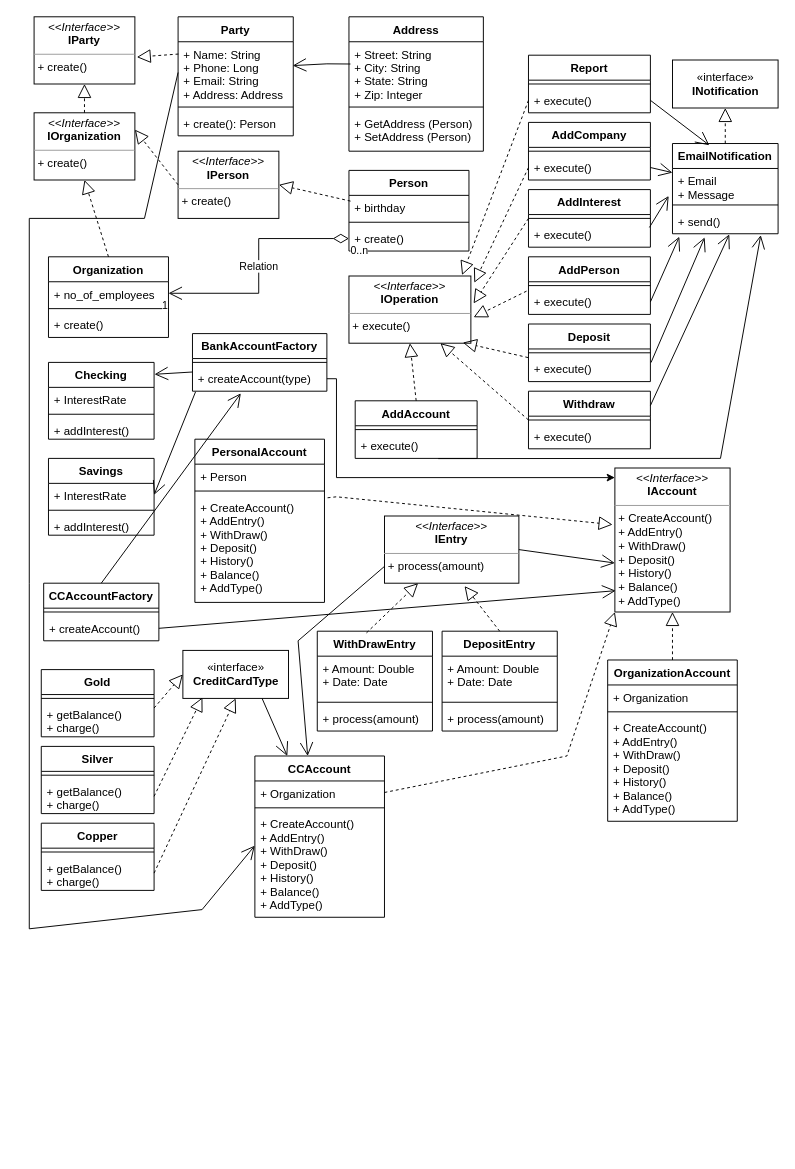
The draw.io diagram Documents/frameworkBank.drawio in phonglu-miu-edu/CS525-ASD, before the edit. Source tidied: cells renumbered, new cells numbered last; positions are measured from the earlier drawing's top-left corner, leaving out a move shared by most shapes. Both pictures are drawn from the tidied source at 96%, with x=0, y=0 at pixel (29, 16).
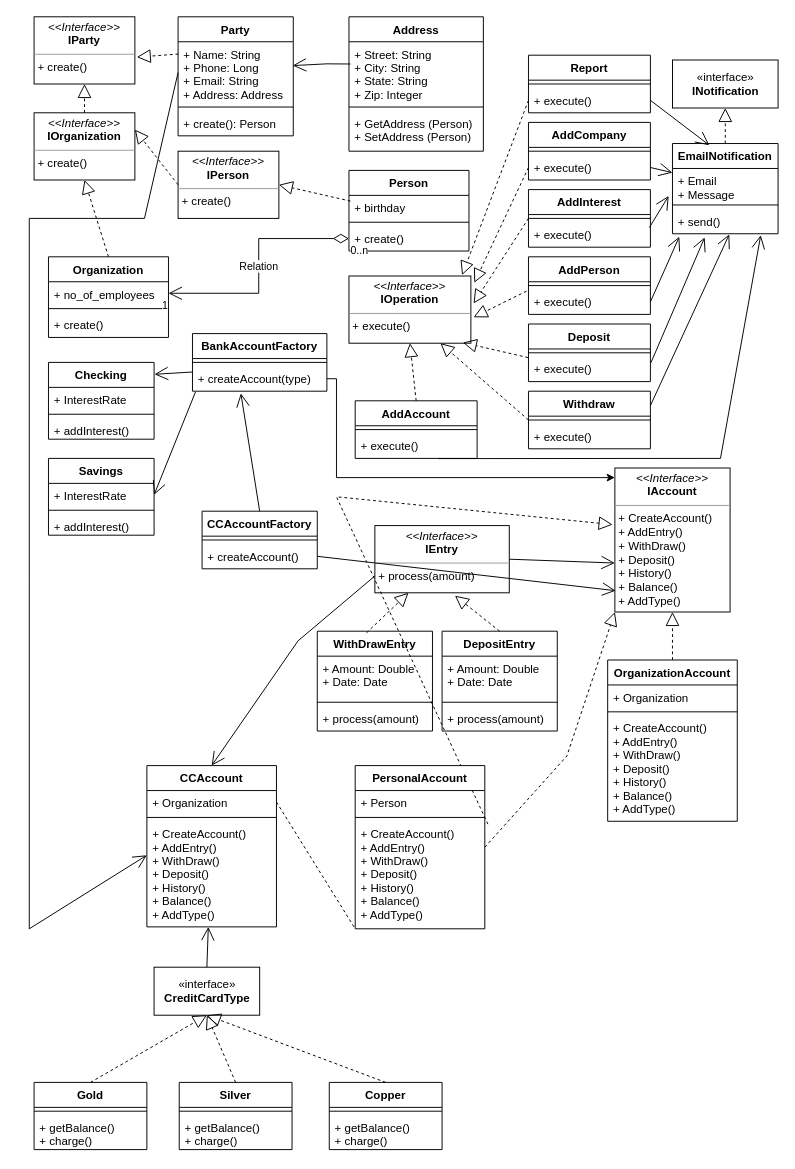
The same diagram, later.

Unchanged cells that the change refers to:
```xml
<mxCell id="3" value="+ Name: String&#10;+ Phone: Long&#10;+ Email: String&#10;+ Address: Address" style="text;strokeColor=none;fillColor=none;align=left;verticalAlign=top;spacingLeft=4;spacingRight=4;overflow=hidden;points=[[0,0.5],[1,0.5]];portConstraint=eastwest;" parent="2" vertex="1">
  <mxGeometry y="26" width="120" height="64" as="geometry" />
</mxCell>
<mxCell id="24" value="&lt;p style=&quot;margin:0px;margin-top:4px;text-align:center;&quot;&gt;&lt;i&gt;&amp;lt;&amp;lt;Interface&amp;gt;&amp;gt;&lt;/i&gt;&lt;br&gt;&lt;b&gt;IAccount&lt;/b&gt;&lt;/p&gt;&lt;hr size=&quot;1&quot;&gt;&lt;p style=&quot;margin:0px;margin-left:4px;&quot;&gt;+ CreateAccount()&lt;/p&gt;&lt;p style=&quot;margin:0px;margin-left:4px;&quot;&gt;+ AddEntry()&lt;/p&gt;&lt;p style=&quot;margin:0px;margin-left:4px;&quot;&gt;+ WithDraw()&lt;/p&gt;&lt;p style=&quot;margin:0px;margin-left:4px;&quot;&gt;+ Deposit()&lt;/p&gt;&lt;p style=&quot;margin:0px;margin-left:4px;&quot;&gt;+ History()&lt;/p&gt;&lt;p style=&quot;margin:0px;margin-left:4px;&quot;&gt;+ Balance()&lt;/p&gt;&lt;p style=&quot;margin:0px;margin-left:4px;&quot;&gt;+ AddType()&lt;/p&gt;" style="verticalAlign=top;align=left;overflow=fill;fontSize=12;fontFamily=Helvetica;html=1;" parent="1" vertex="1">
  <mxGeometry x="610" y="470" width="120" height="150" as="geometry" />
</mxCell>
<mxCell id="104" value="+ Organization" style="text;strokeColor=none;fillColor=none;align=left;verticalAlign=top;spacingLeft=4;spacingRight=4;overflow=hidden;points=[[0,0.5],[1,0.5]];portConstraint=eastwest;" parent="103" vertex="1">
  <mxGeometry y="26" width="135" height="24" as="geometry" />
</mxCell>
<mxCell id="106" value="+ CreateAccount()&#10;+ AddEntry()&#10;+ WithDraw()&#10;+ Deposit()&#10;+ History()&#10;+ Balance()&#10;+ AddType()" style="text;strokeColor=none;fillColor=none;align=left;verticalAlign=top;spacingLeft=4;spacingRight=4;overflow=hidden;points=[[0,0.5],[1,0.5]];portConstraint=eastwest;" parent="103" vertex="1">
  <mxGeometry y="58" width="135" height="110" as="geometry" />
</mxCell>
<mxCell id="109" value="+ getBalance()&#10;+ charge()" style="text;strokeColor=none;fillColor=none;align=left;verticalAlign=top;spacingLeft=4;spacingRight=4;overflow=hidden;points=[[0,0.5],[1,0.5]];portConstraint=eastwest;" parent="107" vertex="1">
  <mxGeometry y="34" width="117.5" height="36" as="geometry" />
</mxCell>
<mxCell id="112" value="+ getBalance()&#10;+ charge()" style="text;strokeColor=none;fillColor=none;align=left;verticalAlign=top;spacingLeft=4;spacingRight=4;overflow=hidden;points=[[0,0.5],[1,0.5]];portConstraint=eastwest;" parent="110" vertex="1">
  <mxGeometry y="34" width="117.5" height="36" as="geometry" />
</mxCell>
```

Change to the diagram source:
```diff
@@
     <mxCell id="14" value="&lt;p style=&quot;margin:0px;margin-top:4px;text-align:center;&quot;&gt;&lt;i&gt;&amp;lt;&amp;lt;Interface&amp;gt;&amp;gt;&lt;/i&gt;&lt;br&gt;&lt;b&gt;IEntry&lt;/b&gt;&lt;/p&gt;&lt;hr size=&quot;1&quot;&gt;&lt;p style=&quot;margin:0px;margin-left:4px;&quot;&gt;+ process(amount)&lt;/p&gt;" style="verticalAlign=top;align=left;overflow=fill;fontSize=12;fontFamily=Helvetica;html=1;" parent="1" vertex="1">
-      <mxGeometry x="370" y="520" width="140" height="70" as="geometry" />
+      <mxGeometry x="360" y="530" width="140" height="70" as="geometry" />
     </mxCell>
@@
-    <mxCell id="20" value="PersonalAccount" style="swimlane;fontStyle=1;align=center;verticalAlign=top;horizontal=1;startSize=26;" parent="1" vertex="1">
-      <mxGeometry x="172.5" y="440" width="135" height="170" as="geometry" />
-    </mxCell>
-    <mxCell id="21" value="+ Person" style="text;strokeColor=none;fillColor=none;align=left;verticalAlign=top;spacingLeft=4;spacingRight=4;overflow=hidden;" parent="20" vertex="1">
-      <mxGeometry y="26" width="135" height="24" as="geometry" />
-    </mxCell>
-    <mxCell id="22" style="line;strokeWidth=1;fillColor=none;align=left;verticalAlign=middle;spacingTop=-1;spacingLeft=3;spacingRight=3;labelPosition=right;" parent="20" vertex="1">
-      <mxGeometry y="50" width="135" height="8" as="geometry" />
-    </mxCell>
-    <mxCell id="23" value="+ CreateAccount()&#10;+ AddEntry()&#10;+ WithDraw()&#10;+ Deposit()&#10;+ History()&#10;+ Balance()&#10;+ AddType()" style="text;strokeColor=none;fillColor=none;align=left;verticalAlign=top;spacingLeft=4;spacingRight=4;overflow=hidden;points=[[0,0.5],[1,0.5]];portConstraint=eastwest;" parent="20" vertex="1">
-      <mxGeometry y="58" width="135" height="112" as="geometry" />
-    </mxCell>
@@
     <mxCell id="96" value="CCAccountFactory" style="swimlane;fontStyle=1;align=center;verticalAlign=top;horizontal=1;startSize=26;" parent="1" vertex="1">
-      <mxGeometry x="15" y="590" width="120" height="60" as="geometry" />
+      <mxGeometry x="180" y="515" width="120" height="60" as="geometry" />
     </mxCell>
@@
     <mxCell id="100" value="Gold" style="swimlane;fontStyle=1;align=center;verticalAlign=top;horizontal=1;startSize=26;" parent="1" vertex="1">
-      <mxGeometry x="12.5" y="680" width="117.5" height="70" as="geometry" />
+      <mxGeometry x="5" y="1110" width="117.5" height="70" as="geometry" />
     </mxCell>
@@
     <mxCell id="103" value="CCAccount" style="swimlane;fontStyle=1;align=center;verticalAlign=top;horizontal=1;startSize=26;" parent="1" vertex="1">
-      <mxGeometry x="235" y="770" width="135" height="168" as="geometry" />
+      <mxGeometry x="122.5" y="780" width="135" height="168" as="geometry" />
     </mxCell>
@@
     <mxCell id="107" value="Silver" style="swimlane;fontStyle=1;align=center;verticalAlign=top;horizontal=1;startSize=26;" parent="1" vertex="1">
-      <mxGeometry x="12.5" y="760" width="117.5" height="70" as="geometry" />
+      <mxGeometry x="156.2" y="1110" width="117.5" height="70" as="geometry" />
     </mxCell>
@@
     <mxCell id="110" value="Copper" style="swimlane;fontStyle=1;align=center;verticalAlign=top;horizontal=1;startSize=26;" parent="1" vertex="1">
-      <mxGeometry x="12.5" y="840" width="117.5" height="70" as="geometry" />
+      <mxGeometry x="312.5" y="1110" width="117.5" height="70" as="geometry" />
     </mxCell>
@@
     <mxCell id="113" value="«interface»&lt;br&gt;&lt;b&gt;CreditCardType&lt;/b&gt;" style="html=1;" parent="1" vertex="1">
-      <mxGeometry x="160" y="660" width="110" height="50" as="geometry" />
+      <mxGeometry x="130" y="990" width="110" height="50" as="geometry" />
     </mxCell>
-    <mxCell id="114" style="endArrow=block;dashed=1;endFill=0;endSize=12;html=1;rounded=0;entryX=0;entryY=0.5;entryDx=0;entryDy=0;" parent="1" edge="1" target="113">
-      <mxGeometry relative="1" as="geometry">
-        <mxPoint x="130" y="720" as="sourcePoint" />
-      </mxGeometry>
+    <mxCell id="114" style="endArrow=block;dashed=1;endFill=0;endSize=12;html=1;rounded=0;entryX=0.5;entryY=1;entryDx=0;entryDy=0;exitX=0.5;exitY=0;exitDx=0;exitDy=0;" parent="1" edge="1" source="100" target="113">
+      <mxGeometry relative="1" as="geometry" />
     </mxCell>
-    <mxCell id="115" style="endArrow=block;dashed=1;endFill=0;endSize=12;html=1;rounded=0;exitX=1;exitY=0.5;exitDx=0;exitDy=0;entryX=0.185;entryY=0.98;entryDx=0;entryDy=0;entryPerimeter=0;" parent="1" edge="1" source="109" target="113">
+    <mxCell id="115" style="endArrow=block;dashed=1;endFill=0;endSize=12;html=1;rounded=0;entryX=0.5;entryY=1;entryDx=0;entryDy=0;exitX=0.5;exitY=0;exitDx=0;exitDy=0;" parent="1" edge="1" source="107" target="113">
       <mxGeometry relative="1" as="geometry" />
     </mxCell>
-    <mxCell id="116" style="endArrow=block;dashed=1;endFill=0;endSize=12;html=1;rounded=0;exitX=1;exitY=0.5;exitDx=0;exitDy=0;entryX=0.5;entryY=1;entryDx=0;entryDy=0;" parent="1" edge="1" source="112" target="113">
-      <mxGeometry relative="1" as="geometry" />
+    <mxCell id="116" style="endArrow=block;dashed=1;endFill=0;endSize=12;html=1;rounded=0;exitX=0.5;exitY=0;exitDx=0;exitDy=0;" parent="1" edge="1" source="110">
+      <mxGeometry relative="1" as="geometry">
+        <mxPoint x="185" y="1040" as="targetPoint" />
+      </mxGeometry>
     </mxCell>
-    <mxCell id="117" style="endArrow=block;dashed=1;endFill=0;endSize=12;html=1;rounded=0;exitX=1;exitY=0.5;exitDx=0;exitDy=0;entryX=0;entryY=1;entryDx=0;entryDy=0;" parent="1" edge="1" source="104" target="24">
+    <mxCell id="117" style="endArrow=block;dashed=1;endFill=0;endSize=12;html=1;rounded=0;exitX=1;exitY=0.5;exitDx=0;exitDy=0;entryX=0;entryY=1;entryDx=0;entryDy=0;startArrow=none;" parent="1" edge="1" source="20" target="24">
       <mxGeometry relative="1" as="geometry">
         <Array as="points">
           <mxPoint x="560" y="770" />
         </Array>
       </mxGeometry>
     </mxCell>
@@
-    <mxCell id="119" style="endArrow=open;endFill=1;endSize=12;html=1;rounded=0;exitX=0.75;exitY=1;exitDx=0;exitDy=0;entryX=0.25;entryY=0;entryDx=0;entryDy=0;" parent="1" edge="1" source="113" target="103">
+    <mxCell id="119" style="endArrow=open;endFill=1;endSize=12;html=1;rounded=0;exitX=0.5;exitY=0;exitDx=0;exitDy=0;entryX=0.474;entryY=1;entryDx=0;entryDy=0;entryPerimeter=0;" parent="1" edge="1" source="113" target="106">
       <mxGeometry relative="1" as="geometry" />
     </mxCell>
-    <mxCell id="120" style="endArrow=open;endFill=1;endSize=12;html=1;rounded=0;exitX=0;exitY=0.75;exitDx=0;exitDy=0;" parent="1" edge="1" source="14">
+    <mxCell id="120" style="endArrow=open;endFill=1;endSize=12;html=1;rounded=0;exitX=0;exitY=0.75;exitDx=0;exitDy=0;entryX=0.5;entryY=0;entryDx=0;entryDy=0;" parent="1" edge="1" source="14" target="103">
       <mxGeometry relative="1" as="geometry">
-        <mxPoint x="290" y="770" as="targetPoint" />
         <Array as="points">
           <mxPoint x="280" y="650" />
         </Array>
       </mxGeometry>
     </mxCell>
@@
     <mxCell id="134" style="endArrow=open;endFill=1;endSize=12;html=1;rounded=0;entryX=-0.001;entryY=0.322;entryDx=0;entryDy=0;entryPerimeter=0;exitX=0;exitY=0.5;exitDx=0;exitDy=0;" parent="1" edge="1" source="3" target="106">
       <mxGeometry relative="1" as="geometry">
         <Array as="points">
           <mxPoint x="120" y="210" />
           <mxPoint y="210" />
           <mxPoint y="590" />
           <mxPoint y="950" />
-          <mxPoint x="180" y="930" />
         </Array>
       </mxGeometry>
     </mxCell>
+    <mxCell id="20" value="PersonalAccount" style="swimlane;fontStyle=1;align=center;verticalAlign=top;horizontal=1;startSize=26;" parent="1" vertex="1">
+      <mxGeometry x="339.5" y="780" width="135" height="170" as="geometry" />
+    </mxCell>
+    <mxCell id="21" value="+ Person" style="text;strokeColor=none;fillColor=none;align=left;verticalAlign=top;spacingLeft=4;spacingRight=4;overflow=hidden;" parent="20" vertex="1">
+      <mxGeometry y="26" width="135" height="24" as="geometry" />
+    </mxCell>
+    <mxCell id="22" style="line;strokeWidth=1;fillColor=none;align=left;verticalAlign=middle;spacingTop=-1;spacingLeft=3;spacingRight=3;labelPosition=right;" parent="20" vertex="1">
+      <mxGeometry y="50" width="135" height="8" as="geometry" />
+    </mxCell>
+    <mxCell id="23" value="+ CreateAccount()&#10;+ AddEntry()&#10;+ WithDraw()&#10;+ Deposit()&#10;+ History()&#10;+ Balance()&#10;+ AddType()" style="text;strokeColor=none;fillColor=none;align=left;verticalAlign=top;spacingLeft=4;spacingRight=4;overflow=hidden;points=[[0,0.5],[1,0.5]];portConstraint=eastwest;" parent="20" vertex="1">
+      <mxGeometry y="58" width="135" height="112" as="geometry" />
+    </mxCell>
+    <mxCell id="135" style="endArrow=none;dashed=1;endFill=0;endSize=12;html=1;rounded=0;exitX=1;exitY=0.5;exitDx=0;exitDy=0;entryX=0;entryY=1;entryDx=0;entryDy=0;" parent="1" edge="1" source="104" target="20">
+      <mxGeometry relative="1" as="geometry" />
+    </mxCell>
```
